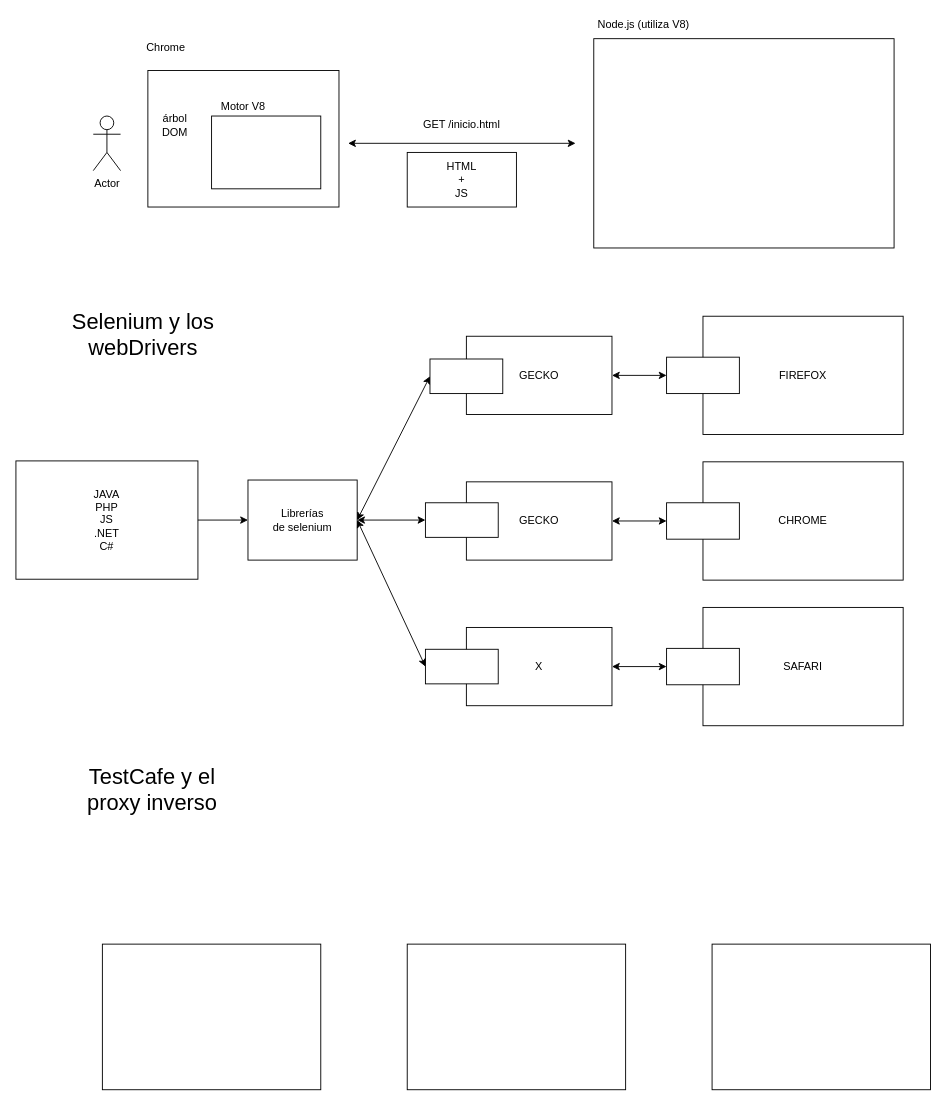
Above: page "Página-7" (7 of 8) of dibujillos.drawio in lrag/TDD (draw.io), before the change. Source tidied: cells renumbered, new cells numbered last; positions are measured from the earlier drawing's top-left corner, leaving out a move shared by most shapes. Both pictures are drawn from the tidied source at 91%, with x=0, y=0 at pixel (15, 15).
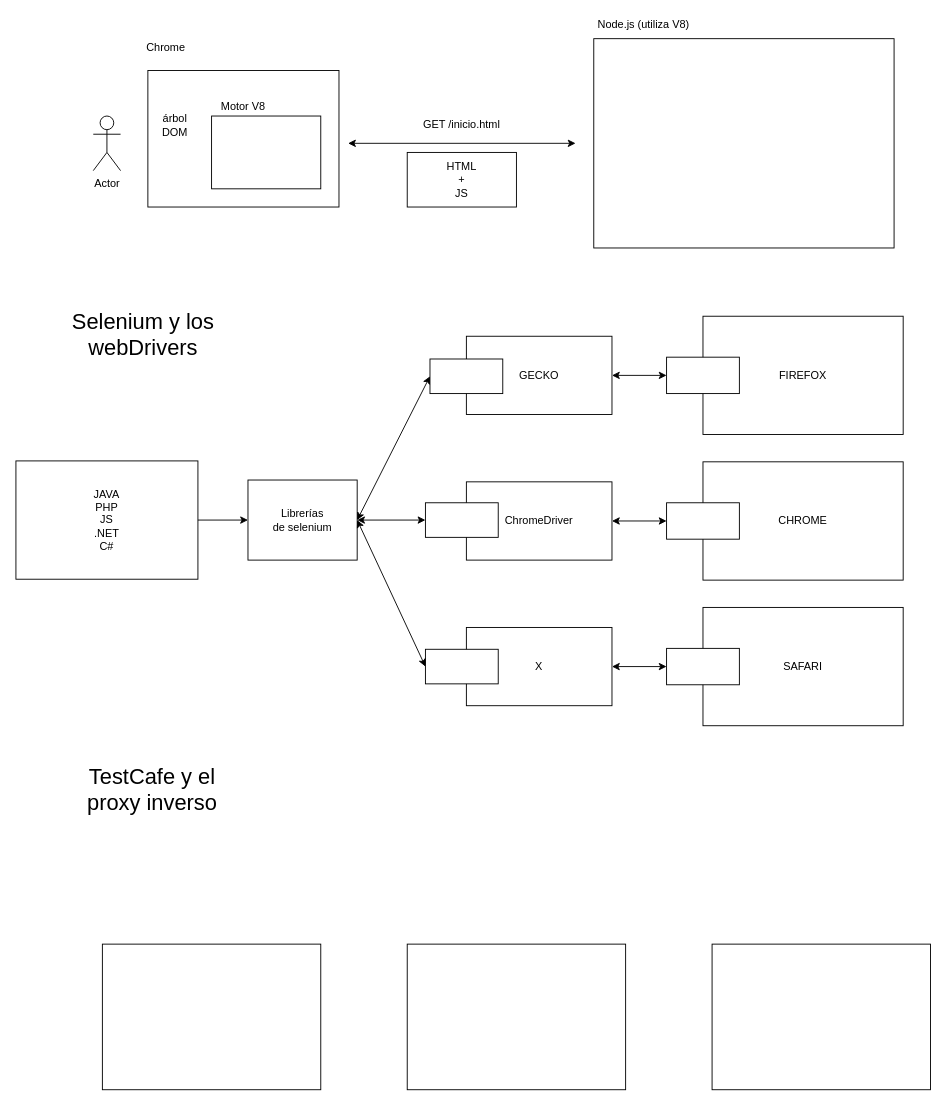
The same page after the edit.

Diff of the diagram source:
```diff
@@
-    <mxCell id="23" value="GECKO" style="rounded=0;whiteSpace=wrap;html=1;fillColor=none;" parent="1" vertex="1">
+    <mxCell id="23" value="ChromeDriver" style="rounded=0;whiteSpace=wrap;html=1;fillColor=none;" parent="1" vertex="1">
       <mxGeometry x="495" y="512" width="160" height="86" as="geometry" />
     </mxCell>
```
